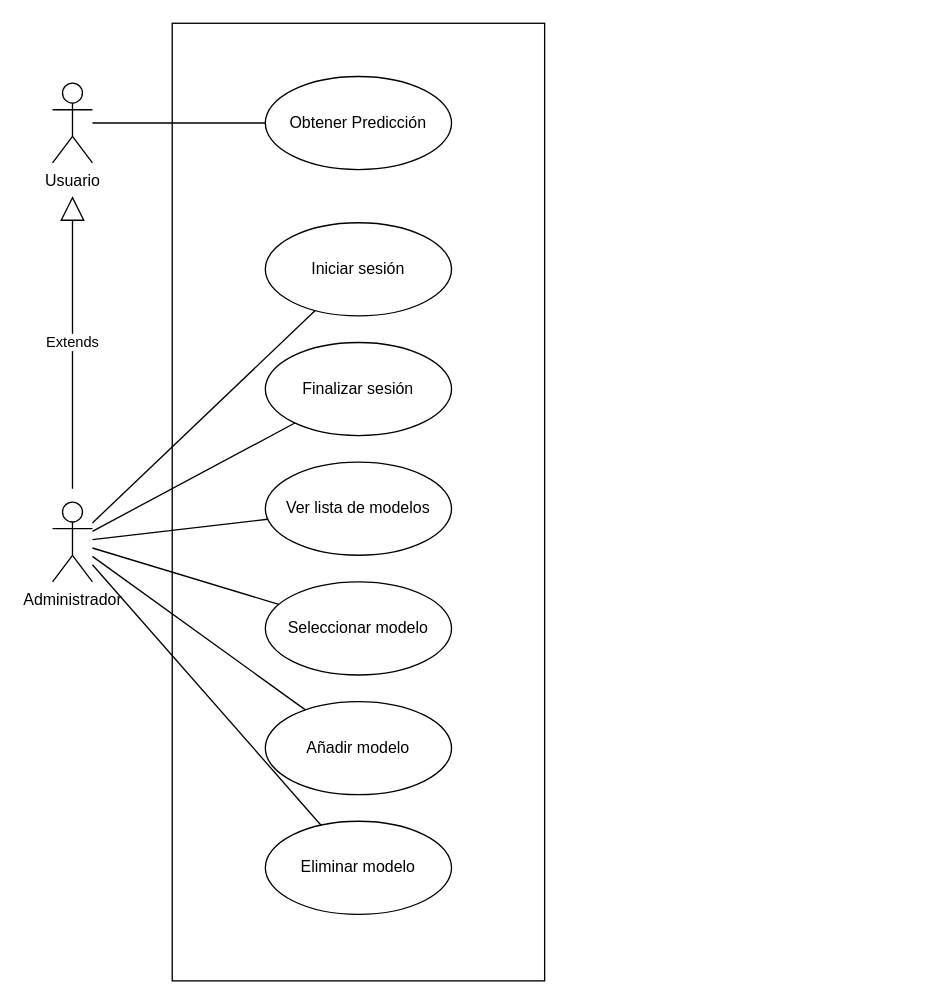
Before: docs/drawio/diagrama_casos_de_uso.drawio in catalinsh/tfg-paddel, a draw.io diagram. Source tidied: cells renumbered, new cells numbered last; positions are measured from the earlier drawing's top-left corner, leaving out a move shared by most shapes. Both pictures are drawn from the tidied source at 133%, with x=0, y=0 at pixel (52, 23).
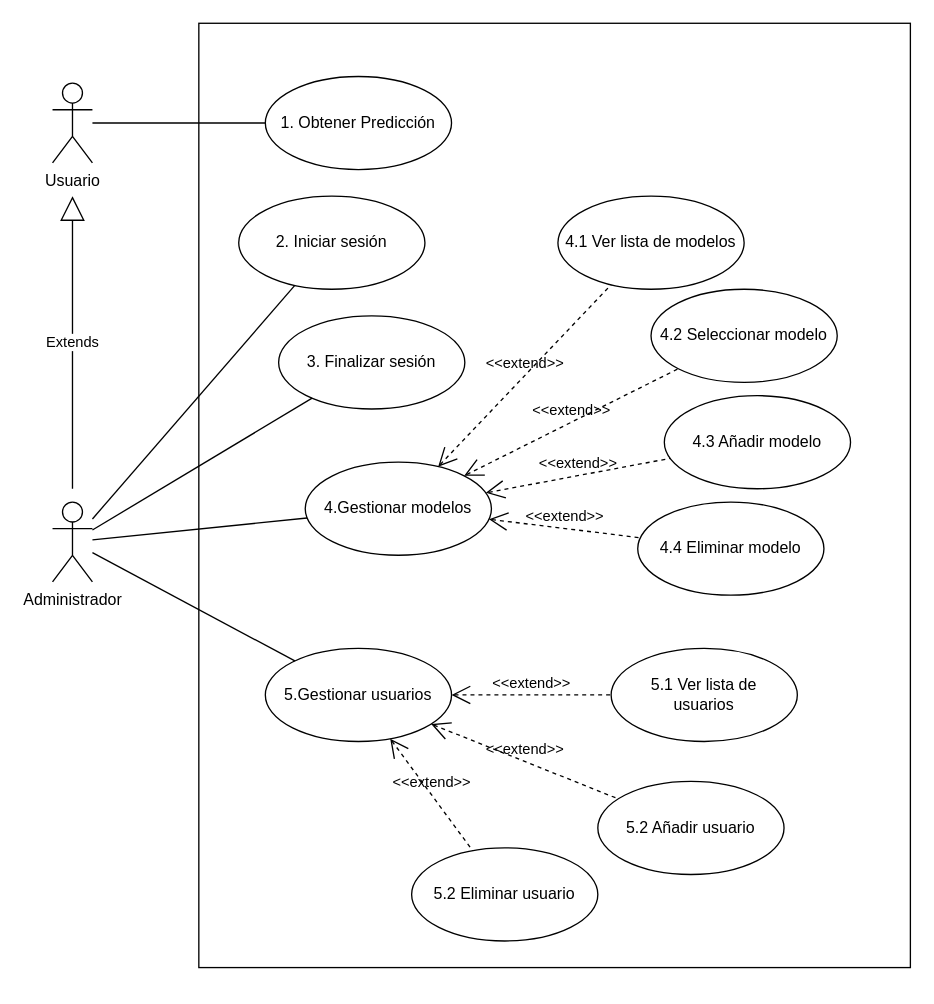
Above is the later version.

Unchanged cells that the change refers to:
```xml
<mxCell id="3" value="Administrador" style="shape=umlActor;verticalLabelPosition=bottom;verticalAlign=top;html=1;outlineConnect=0;" parent="1" vertex="1">
  <mxGeometry y="360" width="30" height="60" as="geometry" />
</mxCell>
```

Change to the diagram source:
```diff
@@
     <mxCell id="4" style="rounded=0;whiteSpace=wrap;html=1;fillColor=none;strokeColor=default;" parent="1" vertex="1">
-      <mxGeometry x="90" width="280" height="720" as="geometry" />
+      <mxGeometry x="110" width="535" height="710" as="geometry" />
     </mxCell>
-    <mxCell id="5" value="Obtener Predicción" style="ellipse;whiteSpace=wrap;html=1;" parent="1" vertex="1">
+    <mxCell id="5" value="&lt;div&gt;1. Obtener Predicción&lt;/div&gt;" style="ellipse;whiteSpace=wrap;html=1;" parent="1" vertex="1">
       <mxGeometry x="160" y="40" width="140" height="70" as="geometry" />
     </mxCell>
@@
-    <mxCell id="7" value="&lt;div&gt;Iniciar sesión&lt;/div&gt;" style="ellipse;whiteSpace=wrap;html=1;" parent="1" vertex="1">
-      <mxGeometry x="160" y="150" width="140" height="70" as="geometry" />
+    <mxCell id="7" value="2. Iniciar sesión" style="ellipse;whiteSpace=wrap;html=1;" parent="1" vertex="1">
+      <mxGeometry x="140" y="130" width="140" height="70" as="geometry" />
     </mxCell>
-    <mxCell id="8" value="&lt;div&gt;Seleccionar modelo&lt;/div&gt;" style="ellipse;whiteSpace=wrap;html=1;" parent="1" vertex="1">
-      <mxGeometry x="160" y="420" width="140" height="70" as="geometry" />
+    <mxCell id="8" value="&lt;div&gt;4.2 Seleccionar modelo&lt;/div&gt;" style="ellipse;whiteSpace=wrap;html=1;" parent="1" vertex="1">
+      <mxGeometry x="450" y="200" width="140" height="70" as="geometry" />
     </mxCell>
-    <mxCell id="9" value="&lt;div&gt;Añadir modelo&lt;/div&gt;" style="ellipse;whiteSpace=wrap;html=1;" parent="1" vertex="1">
-      <mxGeometry x="160" y="510" width="140" height="70" as="geometry" />
+    <mxCell id="9" value="&lt;div&gt;4.3 Añadir modelo&lt;/div&gt;" style="ellipse;whiteSpace=wrap;html=1;" parent="1" vertex="1">
+      <mxGeometry x="460" y="280" width="140" height="70" as="geometry" />
     </mxCell>
-    <mxCell id="10" value="Eliminar modelo" style="ellipse;whiteSpace=wrap;html=1;" parent="1" vertex="1">
-      <mxGeometry x="160" y="600" width="140" height="70" as="geometry" />
+    <mxCell id="10" value="4.4 Eliminar modelo" style="ellipse;whiteSpace=wrap;html=1;" parent="1" vertex="1">
+      <mxGeometry x="440" y="360" width="140" height="70" as="geometry" />
     </mxCell>
-    <mxCell id="11" style="endArrow=none;html=1;rounded=0;" parent="1" edge="1" source="3" target="9">
-      <mxGeometry relative="1" as="geometry" />
-    </mxCell>
-    <mxCell id="12" style="endArrow=none;html=1;rounded=0;" parent="1" edge="1" source="3" target="8">
-      <mxGeometry relative="1" as="geometry" />
-    </mxCell>
@@
-    <mxCell id="14" style="endArrow=none;html=1;rounded=0;" parent="1" edge="1" source="3" target="10">
-      <mxGeometry relative="1" as="geometry" />
-    </mxCell>
@@
-    <mxCell id="16" value="Finalizar sesión" style="ellipse;whiteSpace=wrap;html=1;" parent="1" vertex="1">
-      <mxGeometry x="160" y="240" width="140" height="70" as="geometry" />
+    <mxCell id="16" value="3. Finalizar sesión" style="ellipse;whiteSpace=wrap;html=1;" parent="1" vertex="1">
+      <mxGeometry x="170" y="220" width="140" height="70" as="geometry" />
     </mxCell>
@@
-    <mxCell id="18" value="Ver lista de modelos" style="ellipse;whiteSpace=wrap;html=1;" parent="1" vertex="1">
-      <mxGeometry x="160" y="330" width="140" height="70" as="geometry" />
+    <mxCell id="18" value="4.1 Ver lista de modelos" style="ellipse;whiteSpace=wrap;html=1;" parent="1" vertex="1">
+      <mxGeometry x="380" y="130" width="140" height="70" as="geometry" />
     </mxCell>
-    <mxCell id="19" style="edgeStyle=none;html=1;endArrow=none;verticalAlign=bottom;rounded=0;" parent="1" edge="1" source="3" target="18">
-      <mxGeometry relative="1" as="geometry" />
-    </mxCell>
+    <mxCell id="20" value="4.Gestionar modelos" style="ellipse;whiteSpace=wrap;html=1;" parent="1" vertex="1">
+      <mxGeometry x="190" y="330" width="140" height="70" as="geometry" />
+    </mxCell>
+    <mxCell id="21" style="edgeStyle=none;html=1;endArrow=none;verticalAlign=bottom;rounded=0;" parent="1" edge="1" source="3" target="20">
+      <mxGeometry relative="1" as="geometry" />
+    </mxCell>
+    <mxCell id="22" value="&amp;lt;&amp;lt;extend&amp;gt;&amp;gt;" style="edgeStyle=none;html=1;startArrow=open;endArrow=none;startSize=12;verticalAlign=bottom;dashed=1;labelBackgroundColor=none;rounded=0;" parent="1" edge="1" source="20" target="18">
+      <mxGeometry relative="1" as="geometry" />
+    </mxCell>
+    <mxCell id="23" value="&amp;lt;&amp;lt;extend&amp;gt;&amp;gt;" style="edgeStyle=none;html=1;startArrow=open;endArrow=none;startSize=12;verticalAlign=bottom;dashed=1;labelBackgroundColor=none;rounded=0;" parent="1" edge="1" source="20" target="8">
+      <mxGeometry relative="1" as="geometry" />
+    </mxCell>
+    <mxCell id="24" value="&amp;lt;&amp;lt;extend&amp;gt;&amp;gt;" style="edgeStyle=none;html=1;startArrow=open;endArrow=none;startSize=12;verticalAlign=bottom;dashed=1;labelBackgroundColor=none;rounded=0;" parent="1" edge="1" source="20" target="9">
+      <mxGeometry relative="1" as="geometry" />
+    </mxCell>
+    <mxCell id="25" value="&amp;lt;&amp;lt;extend&amp;gt;&amp;gt;" style="edgeStyle=none;html=1;startArrow=open;endArrow=none;startSize=12;verticalAlign=bottom;dashed=1;labelBackgroundColor=none;rounded=0;" parent="1" edge="1" source="20" target="10">
+      <mxGeometry relative="1" as="geometry" />
+    </mxCell>
+    <mxCell id="26" value="&lt;div&gt;5.Gestionar usuarios&lt;/div&gt;" style="ellipse;whiteSpace=wrap;html=1;" parent="1" vertex="1">
+      <mxGeometry x="160" y="470" width="140" height="70" as="geometry" />
+    </mxCell>
+    <mxCell id="27" style="edgeStyle=none;html=1;endArrow=none;verticalAlign=bottom;rounded=0;" parent="1" edge="1" source="3" target="26">
+      <mxGeometry relative="1" as="geometry" />
+    </mxCell>
+    <mxCell id="28" value="&lt;div&gt;5.1 Ver lista de&lt;/div&gt;&lt;div&gt;usuarios&lt;/div&gt;" style="ellipse;whiteSpace=wrap;html=1;" parent="1" vertex="1">
+      <mxGeometry x="420" y="470" width="140" height="70" as="geometry" />
+    </mxCell>
+    <mxCell id="29" value="&amp;lt;&amp;lt;extend&amp;gt;&amp;gt;" style="edgeStyle=none;html=1;startArrow=open;endArrow=none;startSize=12;verticalAlign=bottom;dashed=1;labelBackgroundColor=none;rounded=0;" parent="1" edge="1" source="26" target="28">
+      <mxGeometry relative="1" as="geometry" />
+    </mxCell>
+    <mxCell id="30" value="5.2 Eliminar usuario" style="ellipse;whiteSpace=wrap;html=1;" parent="1" vertex="1">
+      <mxGeometry x="270" y="620" width="140" height="70" as="geometry" />
+    </mxCell>
+    <mxCell id="31" value="5.2 Añadir usuario" style="ellipse;whiteSpace=wrap;html=1;" parent="1" vertex="1">
+      <mxGeometry x="410" y="570" width="140" height="70" as="geometry" />
+    </mxCell>
+    <mxCell id="32" value="&amp;lt;&amp;lt;extend&amp;gt;&amp;gt;" style="edgeStyle=none;html=1;startArrow=open;endArrow=none;startSize=12;verticalAlign=bottom;dashed=1;labelBackgroundColor=none;rounded=0;" parent="1" edge="1" source="26" target="30">
+      <mxGeometry relative="1" as="geometry" />
+    </mxCell>
+    <mxCell id="33" value="&amp;lt;&amp;lt;extend&amp;gt;&amp;gt;" style="edgeStyle=none;html=1;startArrow=open;endArrow=none;startSize=12;verticalAlign=bottom;dashed=1;labelBackgroundColor=none;rounded=0;" parent="1" edge="1" source="26" target="31">
+      <mxGeometry relative="1" as="geometry" />
+    </mxCell>
```
